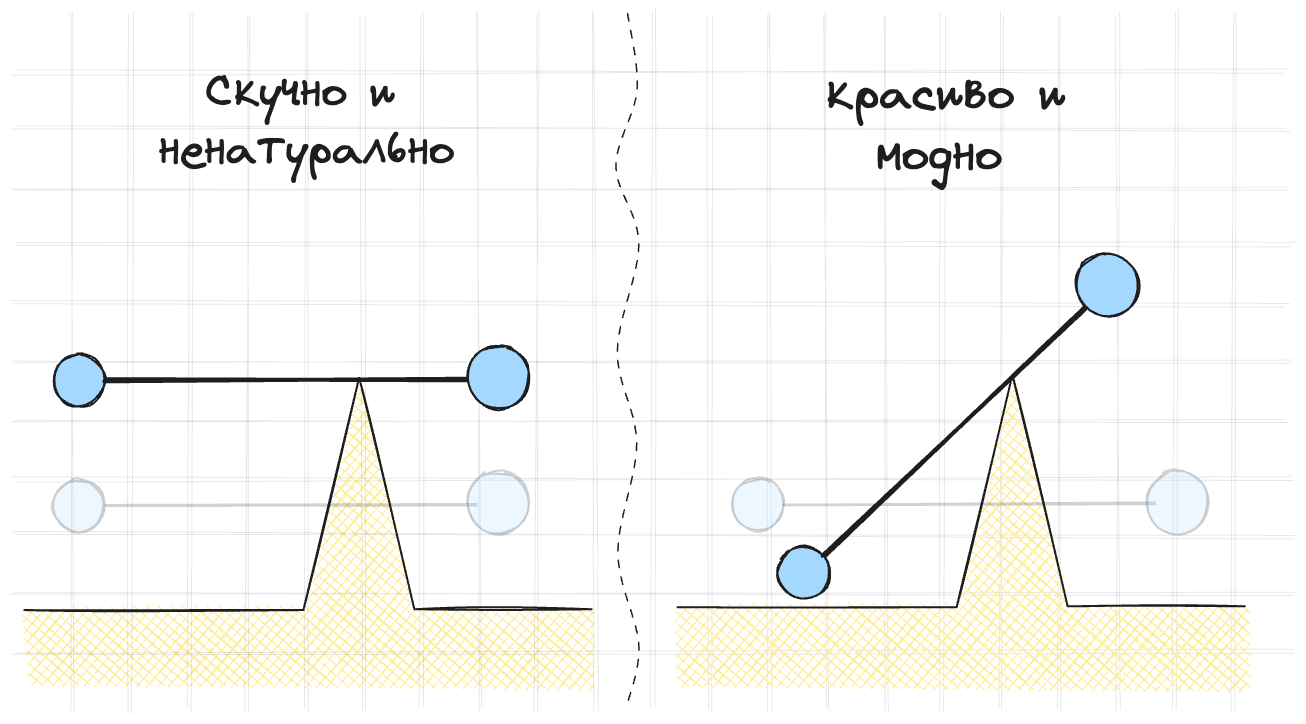
This is assets/images/constraints/hitman/edge_bad_good.excalidraw.png from kozakromch/game_physics_2, a Excalidraw export, as it was before one commit. Source tidied: one line per element, renumbered; positions are measured from the earlier drawing's top-left corner, leaving out a move shared by most shapes.
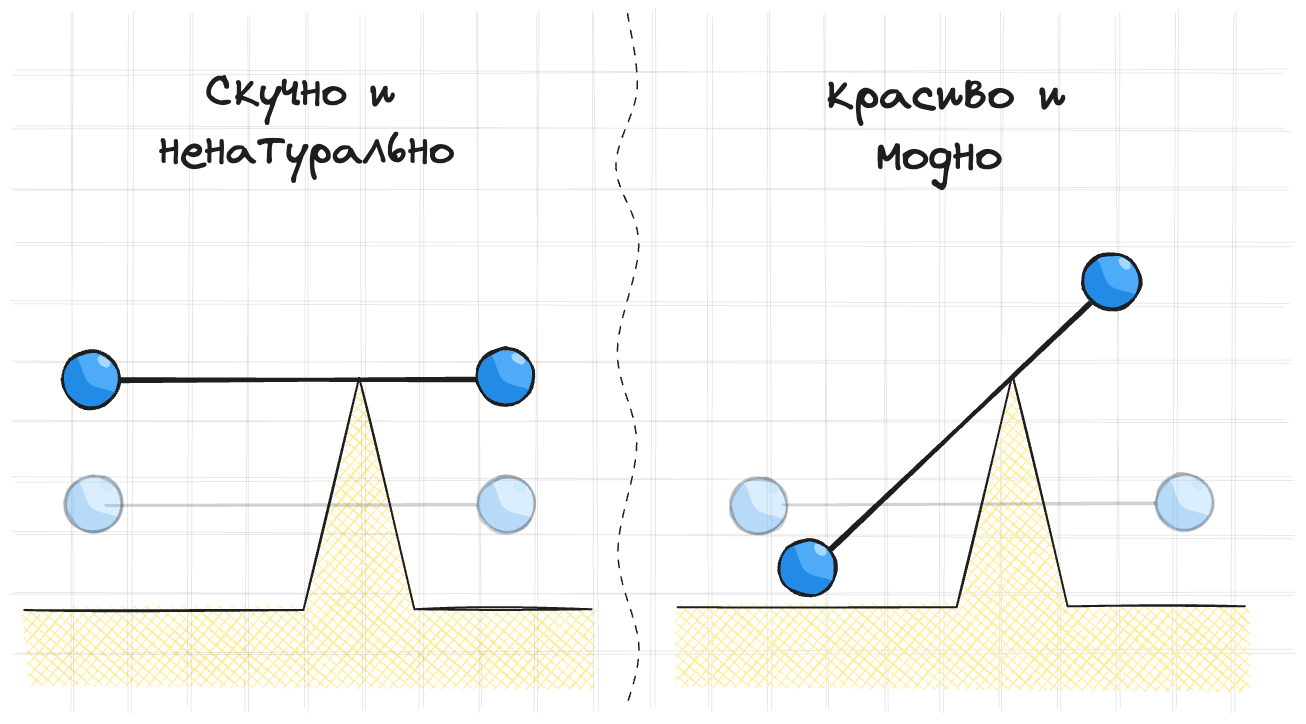
The same file after the commit.

Diff of the diagram source:
```diff
@@ -31,21 +31,45 @@
 {"id": 30, "type": "line", "strokeColor": "#1e1e1e", "angle": 1.57, "strokeWidth": 1, "roughness": 2, "opacity": 10, "round": true, "x": 1045, "y": 349, "width": 697, "height": 0, "points": [[0, 0], [697, 0]]}
 {"id": 31, "type": "line", "strokeColor": "#1e1e1e", "angle": 1.57, "strokeWidth": 1, "roughness": 2, "opacity": 10, "round": true, "x": 697, "y": 348, "width": 697, "height": 0, "points": [[0, 0], [697, 0]]}
 {"id": 32, "type": "line", "strokeColor": "#1e1e1e", "angle": 1.57, "strokeWidth": 1, "roughness": 2, "opacity": 10, "round": true, "x": 987, "y": 348, "width": 696, "height": 0, "points": [[0, 0], [696, 0]]}
-{"id": 33, "type": "ellipse", "strokeColor": "#1e1e1e", "backgroundColor": "#a5d8ff", "fillStyle": "solid", "strokeWidth": 2, "roughness": 1, "round": true, "x": 330, "y": 340, "width": 52, "height": 53}
 {"id": 34, "type": "line", "strokeColor": "#1e1e1e", "strokeWidth": 2, "roughness": 1, "x": 300, "y": 596, "width": 568, "height": 232, "points": [[0, 0], [279, 0], [335, -232], [390, -1], [568, -1]]}
 {"id": 35, "type": "line", "strokeColor": "#1e1e1e", "strokeWidth": 4, "roughness": 1, "round": true, "x": 382, "y": 367, "width": 370, "height": 1, "points": [[0, 0], [370, -1]]}
-{"id": 36, "type": "ellipse", "strokeColor": "#1e1e1e", "backgroundColor": "#a5d8ff", "fillStyle": "solid", "strokeWidth": 2, "roughness": 1, "round": true, "x": 744, "y": 332, "width": 62, "height": 63}
 {"id": 37, "type": "line", "strokeColor": "transparent", "backgroundColor": "#ffec99", "fillStyle": "cross-hatch", "strokeWidth": 2, "roughness": 1, "x": 952, "y": 595, "width": 572, "height": 318, "points": [[0, 0], [282, -3], [338, -235], [393, -3], [571, -3], [572, 83], [1, 77], [0, 0]]}
-{"id": 38, "type": "ellipse", "strokeColor": "#1e1e1e", "angle": 5.53, "backgroundColor": "#a5d8ff", "fillStyle": "solid", "strokeWidth": 2, "roughness": 1, "round": true, "x": 1054, "y": 533, "width": 52, "height": 53}
 {"id": 39, "type": "line", "strokeColor": "#1e1e1e", "strokeWidth": 2, "roughness": 1, "x": 954, "y": 594, "width": 568, "height": 232, "points": [[0, 0], [279, 0], [335, -232], [390, -1], [568, -1]]}
 {"id": 40, "type": "line", "strokeColor": "#1e1e1e", "angle": 5.53, "strokeWidth": 4, "roughness": 1, "round": true, "x": 1049, "y": 416, "width": 370, "height": 1, "points": [[0, 0], [370, -1]]}
-{"id": 41, "type": "ellipse", "strokeColor": "#1e1e1e", "angle": 5.53, "backgroundColor": "#a5d8ff", "fillStyle": "solid", "strokeWidth": 2, "roughness": 1, "round": true, "x": 1352, "y": 239, "width": 62, "height": 63}
 {"id": 42, "type": "line", "strokeColor": "#1e1e1e", "strokeWidth": 1, "strokeStyle": "dashed", "roughness": 1, "round": true, "x": 904, "y": 0, "width": 21, "height": 693, "points": [[0, 0], [11, 77], [-11, 154], [11, 231], [-11, 339], [9, 431], [-11, 539], [11, 631], [0, 693]]}
 {"id": 43, "type": "text", "text": "  Скучно и \nненатурально", "strokeColor": "#1e1e1e", "strokeWidth": 2, "roughness": 1, "fontSize": 46.13, "fontFamily": 1, "x": 436, "y": 51, "width": 295, "height": 115}
 {"id": 44, "type": "text", "text": "красиво и \n  модно", "strokeColor": "#1e1e1e", "strokeWidth": 2, "roughness": 1, "fontSize": 48.91, "fontFamily": 1, "x": 1104, "y": 52, "width": 263, "height": 122}
-{"id": 45, "type": "ellipse", "strokeColor": "#1e1e1e", "backgroundColor": "#a5d8ff", "fillStyle": "solid", "strokeWidth": 2, "roughness": 1, "opacity": 20, "round": true, "x": 329, "y": 466, "width": 52, "height": 53}
 {"id": 46, "type": "line", "strokeColor": "#1e1e1e", "strokeWidth": 2, "roughness": 1, "opacity": 20, "round": true, "x": 382, "y": 492, "width": 370, "height": 1, "points": [[0, 0], [370, -1]]}
-{"id": 47, "type": "ellipse", "strokeColor": "#1e1e1e", "backgroundColor": "#a5d8ff", "fillStyle": "solid", "strokeWidth": 2, "roughness": 1, "opacity": 20, "round": true, "x": 743, "y": 457, "width": 62, "height": 63}
-{"id": 48, "type": "ellipse", "strokeColor": "#1e1e1e", "backgroundColor": "#a5d8ff", "fillStyle": "solid", "strokeWidth": 2, "roughness": 1, "opacity": 20, "round": true, "x": 1008, "y": 465, "width": 52, "height": 53}
 {"id": 49, "type": "line", "strokeColor": "#1e1e1e", "strokeWidth": 2, "roughness": 1, "opacity": 20, "round": true, "x": 1061, "y": 491, "width": 370, "height": 1, "points": [[0, 0], [370, -1]]}
-{"id": 50, "type": "ellipse", "strokeColor": "#1e1e1e", "backgroundColor": "#a5d8ff", "fillStyle": "solid", "strokeWidth": 2, "roughness": 1, "opacity": 20, "round": true, "x": 1422, "y": 457, "width": 62, "height": 63}
+{"id": 51, "type": "ellipse", "strokeColor": "#1e1e1e", "angle": 4.84, "backgroundColor": "#4dabf7", "fillStyle": "solid", "strokeWidth": 2, "roughness": 1, "x": 339, "y": 337, "width": 57, "height": 57}
+{"id": 52, "type": "line", "strokeColor": "transparent", "angle": 0.53, "backgroundColor": "#228be6", "fillStyle": "solid", "strokeWidth": 1, "roughness": 0, "round": true, "x": 360, "y": 393, "width": 56, "height": 39, "points": [[0, 0], [-9, -3], [-17, -8], [-22, -17], [-24, -29], [-19, -39], [3, -24], [28, -28], [32, -25], [29, -14], [23, -7], [13, -1], [0, 0]]}
+{"id": 53, "type": "ellipse", "strokeColor": "#a5d8ff", "angle": 0.7, "backgroundColor": "#a5d8ff", "fillStyle": "solid", "strokeWidth": 1, "roughness": 1, "round": true, "x": 374, "y": 344, "width": 13, "height": 8}
+{"id": 54, "type": "ellipse", "strokeColor": "#1e1e1e", "strokeWidth": 2, "roughness": 1, "round": true, "x": 339, "y": 338, "width": 57, "height": 56}
+{"id": 55, "type": "ellipse", "strokeColor": "#1e1e1e", "angle": 4.84, "backgroundColor": "#4dabf7", "fillStyle": "solid", "strokeWidth": 2, "roughness": 1, "opacity": 20, "x": 341, "y": 462, "width": 57, "height": 57}
+{"id": 56, "type": "line", "strokeColor": "transparent", "angle": 0.53, "backgroundColor": "#228be6", "fillStyle": "solid", "strokeWidth": 1, "roughness": 0, "opacity": 20, "round": true, "x": 362, "y": 517, "width": 56, "height": 39, "points": [[0, 0], [-9, -3], [-17, -8], [-22, -17], [-24, -29], [-19, -39], [3, -24], [28, -28], [32, -25], [29, -14], [23, -7], [13, -1], [0, 0]]}
+{"id": 57, "type": "ellipse", "strokeColor": "#a5d8ff", "angle": 0.7, "backgroundColor": "#a5d8ff", "fillStyle": "solid", "strokeWidth": 1, "roughness": 1, "opacity": 20, "round": true, "x": 376, "y": 469, "width": 13, "height": 8}
+{"id": 58, "type": "ellipse", "strokeColor": "#1e1e1e", "strokeWidth": 2, "roughness": 1, "opacity": 20, "round": true, "x": 341, "y": 462, "width": 57, "height": 56}
+{"id": 59, "type": "ellipse", "strokeColor": "#1e1e1e", "angle": 4.84, "backgroundColor": "#4dabf7", "fillStyle": "solid", "strokeWidth": 2, "roughness": 1, "x": 753, "y": 335, "width": 57, "height": 57}
+{"id": 60, "type": "line", "strokeColor": "transparent", "angle": 0.53, "backgroundColor": "#228be6", "fillStyle": "solid", "strokeWidth": 1, "roughness": 0, "round": true, "x": 774, "y": 390, "width": 56, "height": 39, "points": [[0, 0], [-9, -3], [-17, -8], [-22, -17], [-24, -29], [-19, -39], [3, -24], [28, -28], [32, -25], [29, -14], [23, -7], [13, -1], [0, 0]]}
+{"id": 61, "type": "ellipse", "strokeColor": "#a5d8ff", "angle": 0.7, "backgroundColor": "#a5d8ff", "fillStyle": "solid", "strokeWidth": 1, "roughness": 1, "round": true, "x": 788, "y": 341, "width": 13, "height": 8}
+{"id": 62, "type": "ellipse", "strokeColor": "#1e1e1e", "strokeWidth": 2, "roughness": 1, "round": true, "x": 753, "y": 335, "width": 57, "height": 56}
+{"id": 63, "type": "ellipse", "strokeColor": "#1e1e1e", "angle": 4.84, "backgroundColor": "#4dabf7", "fillStyle": "solid", "strokeWidth": 2, "roughness": 1, "opacity": 20, "x": 754, "y": 463, "width": 57, "height": 57}
+{"id": 64, "type": "line", "strokeColor": "transparent", "angle": 0.53, "backgroundColor": "#228be6", "fillStyle": "solid", "strokeWidth": 1, "roughness": 0, "opacity": 20, "round": true, "x": 775, "y": 518, "width": 56, "height": 39, "points": [[0, 0], [-9, -3], [-17, -8], [-22, -17], [-24, -29], [-19, -39], [3, -24], [28, -28], [32, -25], [29, -14], [23, -7], [13, -1], [0, 0]]}
+{"id": 65, "type": "ellipse", "strokeColor": "#a5d8ff", "angle": 0.7, "backgroundColor": "#a5d8ff", "fillStyle": "solid", "strokeWidth": 1, "roughness": 1, "opacity": 20, "round": true, "x": 789, "y": 469, "width": 13, "height": 8}
+{"id": 66, "type": "ellipse", "strokeColor": "#1e1e1e", "strokeWidth": 2, "roughness": 1, "opacity": 20, "round": true, "x": 754, "y": 463, "width": 57, "height": 56}
+{"id": 67, "type": "ellipse", "strokeColor": "#1e1e1e", "angle": 4.84, "backgroundColor": "#4dabf7", "fillStyle": "solid", "strokeWidth": 2, "roughness": 1, "x": 1055, "y": 525, "width": 57, "height": 57}
+{"id": 68, "type": "line", "strokeColor": "transparent", "angle": 0.53, "backgroundColor": "#228be6", "fillStyle": "solid", "strokeWidth": 1, "roughness": 0, "round": true, "x": 1076, "y": 581, "width": 56, "height": 39, "points": [[0, 0], [-9, -3], [-17, -8], [-22, -17], [-24, -29], [-19, -39], [3, -24], [28, -28], [32, -25], [29, -14], [23, -7], [13, -1], [0, 0]]}
+{"id": 69, "type": "ellipse", "strokeColor": "#a5d8ff", "angle": 0.7, "backgroundColor": "#a5d8ff", "fillStyle": "solid", "strokeWidth": 1, "roughness": 1, "round": true, "x": 1090, "y": 532, "width": 13, "height": 8}
+{"id": 70, "type": "ellipse", "strokeColor": "#1e1e1e", "strokeWidth": 2, "roughness": 1, "round": true, "x": 1055, "y": 526, "width": 57, "height": 56}
+{"id": 71, "type": "ellipse", "strokeColor": "#1e1e1e", "angle": 4.84, "backgroundColor": "#4dabf7", "fillStyle": "solid", "strokeWidth": 2, "roughness": 1, "x": 1359, "y": 239, "width": 57, "height": 57}
+{"id": 72, "type": "line", "strokeColor": "transparent", "angle": 0.53, "backgroundColor": "#228be6", "fillStyle": "solid", "strokeWidth": 1, "roughness": 0, "round": true, "x": 1380, "y": 295, "width": 56, "height": 39, "points": [[0, 0], [-9, -3], [-17, -8], [-22, -17], [-24, -29], [-19, -39], [3, -24], [28, -28], [32, -25], [29, -14], [23, -7], [13, -1], [0, 0]]}
+{"id": 73, "type": "ellipse", "strokeColor": "#a5d8ff", "angle": 0.7, "backgroundColor": "#a5d8ff", "fillStyle": "solid", "strokeWidth": 1, "roughness": 1, "round": true, "x": 1394, "y": 246, "width": 13, "height": 8}
+{"id": 74, "type": "ellipse", "strokeColor": "#1e1e1e", "strokeWidth": 2, "roughness": 1, "round": true, "x": 1359, "y": 240, "width": 57, "height": 56}
+{"id": 75, "type": "ellipse", "strokeColor": "#1e1e1e", "angle": 4.84, "backgroundColor": "#4dabf7", "fillStyle": "solid", "strokeWidth": 2, "roughness": 1, "opacity": 20, "x": 1432, "y": 460, "width": 57, "height": 57}
+{"id": 76, "type": "line", "strokeColor": "transparent", "angle": 0.53, "backgroundColor": "#228be6", "fillStyle": "solid", "strokeWidth": 1, "roughness": 0, "opacity": 20, "round": true, "x": 1453, "y": 516, "width": 56, "height": 39, "points": [[0, 0], [-9, -3], [-17, -8], [-22, -17], [-24, -29], [-19, -39], [3, -24], [28, -28], [32, -25], [29, -14], [23, -7], [13, -1], [0, 0]]}
+{"id": 77, "type": "ellipse", "strokeColor": "#a5d8ff", "angle": 0.7, "backgroundColor": "#a5d8ff", "fillStyle": "solid", "strokeWidth": 1, "roughness": 1, "opacity": 20, "round": true, "x": 1467, "y": 467, "width": 13, "height": 8}
+{"id": 78, "type": "ellipse", "strokeColor": "#1e1e1e", "strokeWidth": 2, "roughness": 1, "opacity": 20, "round": true, "x": 1432, "y": 461, "width": 57, "height": 56}
+{"id": 79, "type": "ellipse", "strokeColor": "#1e1e1e", "angle": 4.84, "backgroundColor": "#4dabf7", "fillStyle": "solid", "strokeWidth": 2, "roughness": 1, "opacity": 20, "x": 1007, "y": 464, "width": 57, "height": 57}
+{"id": 80, "type": "line", "strokeColor": "transparent", "angle": 0.53, "backgroundColor": "#228be6", "fillStyle": "solid", "strokeWidth": 1, "roughness": 0, "opacity": 20, "round": true, "x": 1028, "y": 519, "width": 56, "height": 39, "points": [[0, 0], [-9, -3], [-17, -8], [-22, -17], [-24, -29], [-19, -39], [3, -24], [28, -28], [32, -25], [29, -14], [23, -7], [13, -1], [0, 0]]}
+{"id": 81, "type": "ellipse", "strokeColor": "#a5d8ff", "angle": 0.7, "backgroundColor": "#a5d8ff", "fillStyle": "solid", "strokeWidth": 1, "roughness": 1, "opacity": 20, "round": true, "x": 1041, "y": 471, "width": 13, "height": 8}
+{"id": 82, "type": "ellipse", "strokeColor": "#1e1e1e", "strokeWidth": 2, "roughness": 1, "opacity": 20, "round": true, "x": 1007, "y": 464, "width": 57, "height": 56}
```
